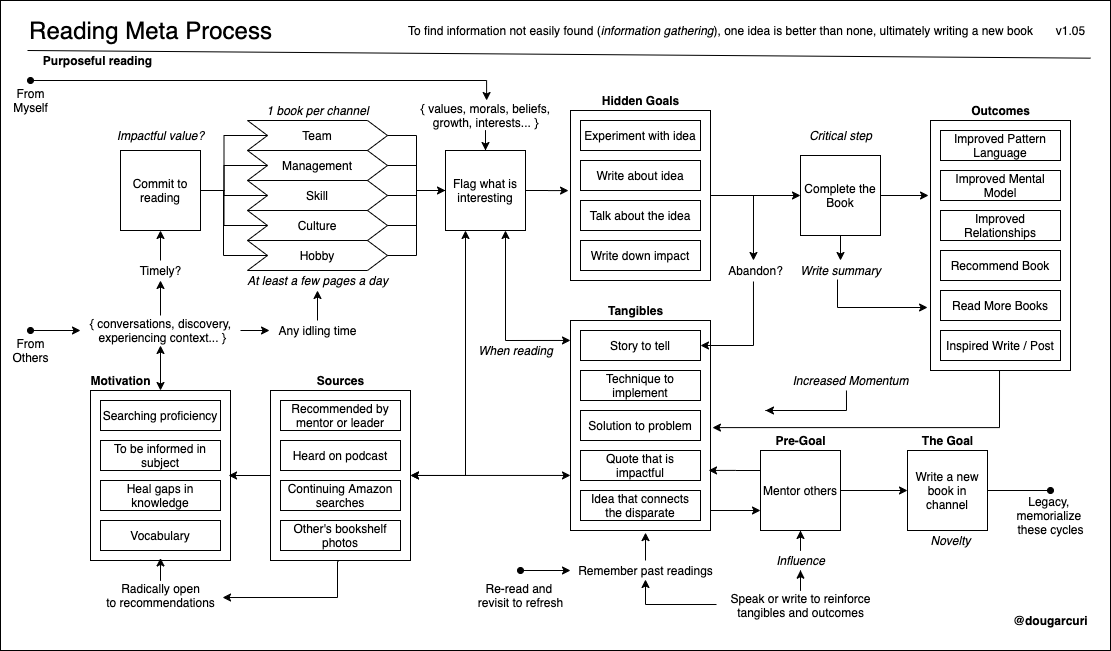
The draw.io diagram books/diagrams/reading-process.png in solidi/learning-notes, before a commit. Source tidied: cells renumbered, new cells last; positions are measured from the earlier drawing's top-left corner, leaving out a move shared by most shapes.
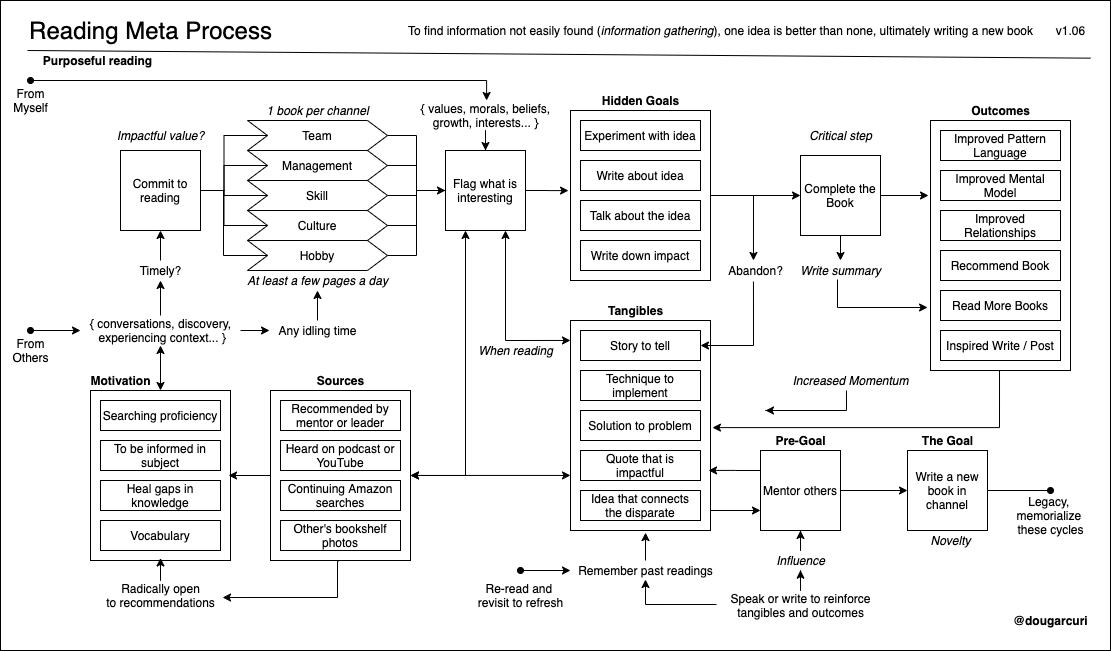
After the change.

Commit message:
Add YouTube to sources in reading

The edit, as a diff of the source:
```diff
@@ -82,7 +82,7 @@
     <mxCell id="24" value="Write about idea" style="rounded=0;whiteSpace=wrap;html=1;" parent="1" vertex="1">
       <mxGeometry x="580" y="160" width="120" height="30" as="geometry" />
     </mxCell>
-    <mxCell id="25" value="v1.05" style="text;html=1;align=center;verticalAlign=middle;" parent="1" vertex="1">
+    <mxCell id="25" value="v1.06" style="text;html=1;align=center;verticalAlign=middle;" parent="1" vertex="1">
       <mxGeometry x="1050" y="20" width="40" height="20" as="geometry" />
     </mxCell>
     <mxCell id="26" value="&lt;b&gt;@dougarcuri&lt;/b&gt;" style="text;html=1;align=center;verticalAlign=middle;" parent="1" vertex="1">
@@ -226,7 +226,7 @@
     <mxCell id="68" value="Recommended by mentor or leader" style="rounded=0;whiteSpace=wrap;html=1;" parent="1" vertex="1">
       <mxGeometry x="280" y="400" width="120" height="30" as="geometry" />
     </mxCell>
-    <mxCell id="69" value="Heard on podcast" style="rounded=0;whiteSpace=wrap;html=1;" parent="1" vertex="1">
+    <mxCell id="69" value="Heard on podcast or YouTube" style="rounded=0;whiteSpace=wrap;html=1;" parent="1" vertex="1">
       <mxGeometry x="280" y="440" width="120" height="30" as="geometry" />
     </mxCell>
     <mxCell id="70" value="Continuing Amazon searches" style="rounded=0;whiteSpace=wrap;html=1;" parent="1" vertex="1">
```
